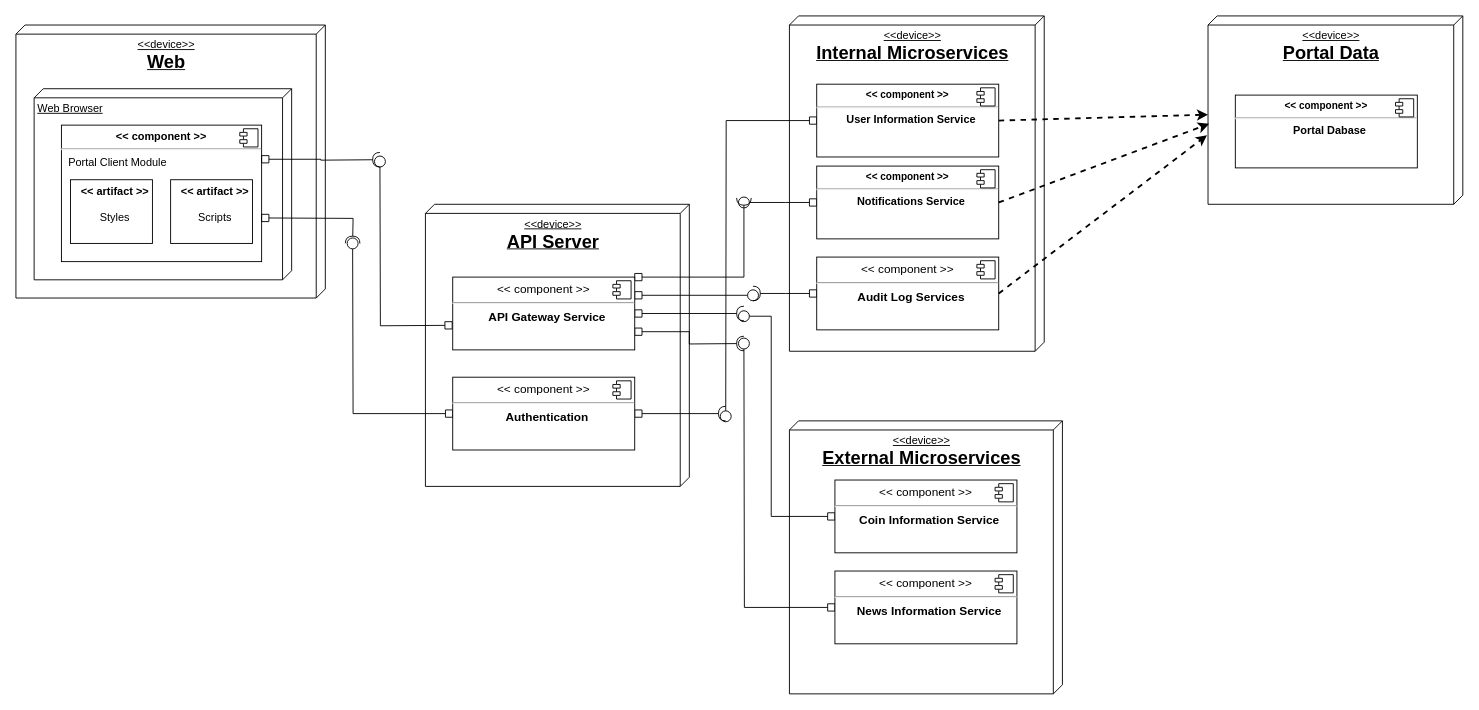
Earlier version of the draw.io diagram page "Page-1" (1 of 2) of Deployment Diagram.drawio (bgabrielma/ES_Project). Source tidied: cells renumbered, new cells numbered last; positions are measured from the earlier drawing's top-left corner, leaving out a move shared by most shapes. Both pictures are drawn from the tidied source at 91%, with x=0, y=0 at pixel (15, 15).
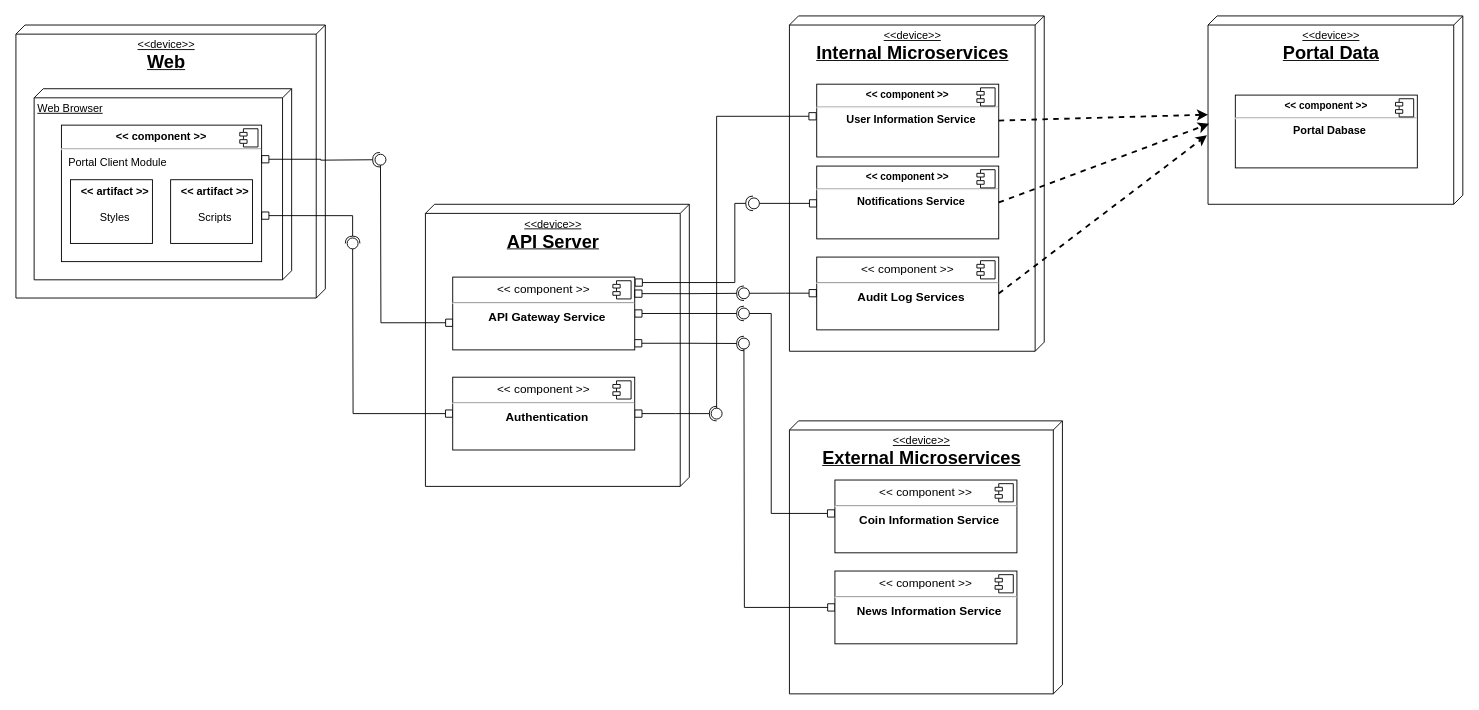
The same page after the edit.

Unchanged cells that the change refers to:
```xml
<mxCell id="4" value="&lt;p style=&quot;margin:0px;margin-top:6px;text-align:center;&quot;&gt;&lt;b&gt;&amp;lt;&amp;lt; component &amp;gt;&amp;gt;&lt;/b&gt;&lt;/p&gt;&lt;hr&gt;&lt;p style=&quot;margin:0px;margin-left:8px;&quot;&gt;Portal Client Module&lt;/p&gt;" style="align=left;overflow=fill;html=1;" parent="1" vertex="1">
  <mxGeometry x="50" y="120" width="220" height="150" as="geometry" />
</mxCell>
<mxCell id="11" value="&lt;p style=&quot;margin: 6px 0px 0px; font-size: 13px;&quot;&gt;&lt;span style=&quot;font-size: 13px;&quot;&gt;&lt;font style=&quot;font-size: 13px;&quot;&gt;&amp;lt;&amp;lt; component &amp;gt;&amp;gt;&lt;/font&gt;&lt;/span&gt;&lt;/p&gt;&lt;hr style=&quot;font-size: 13px;&quot;&gt;&lt;p style=&quot;margin: 0px 0px 0px 8px; font-size: 13px;&quot;&gt;&lt;b&gt;Coin Information Service&lt;/b&gt;&lt;/p&gt;" style="align=center;overflow=fill;html=1;fontStyle=0;fontSize=13;" parent="1" vertex="1">
  <mxGeometry x="900" y="510" width="200" height="80" as="geometry" />
</mxCell>
<mxCell id="18" value="&lt;p style=&quot;margin: 6px 0px 0px; text-align: center; font-size: 11px;&quot;&gt;&lt;b style=&quot;&quot;&gt;&lt;font style=&quot;font-size: 11px;&quot;&gt;&amp;lt;&amp;lt; component &amp;gt;&amp;gt;&lt;/font&gt;&lt;/b&gt;&lt;/p&gt;&lt;hr style=&quot;font-size: 11px;&quot;&gt;&lt;p style=&quot;text-align: center; margin: 0px 0px 0px 8px;&quot;&gt;&lt;b&gt;User Information Service&lt;/b&gt;&lt;/p&gt;" style="align=left;overflow=fill;html=1;" parent="1" vertex="1">
  <mxGeometry x="880" y="75" width="200" height="80" as="geometry" />
</mxCell>
<mxCell id="21" value="&lt;p style=&quot;margin: 6px 0px 0px; text-align: center; font-size: 11px;&quot;&gt;&lt;b style=&quot;&quot;&gt;&lt;font style=&quot;font-size: 11px;&quot;&gt;&amp;lt;&amp;lt; component &amp;gt;&amp;gt;&lt;/font&gt;&lt;/b&gt;&lt;/p&gt;&lt;hr style=&quot;font-size: 11px;&quot;&gt;&lt;p style=&quot;text-align: center; margin: 0px 0px 0px 8px;&quot;&gt;&lt;b&gt;Notifications Service&lt;/b&gt;&lt;/p&gt;" style="align=left;overflow=fill;html=1;" parent="1" vertex="1">
  <mxGeometry x="880" y="165" width="200" height="80" as="geometry" />
</mxCell>
<mxCell id="25" value="&lt;p style=&quot;margin: 6px 0px 0px; font-size: 13px;&quot;&gt;&lt;span style=&quot;font-size: 13px;&quot;&gt;&lt;font style=&quot;font-size: 13px;&quot;&gt;&amp;lt;&amp;lt; component &amp;gt;&amp;gt;&lt;/font&gt;&lt;/span&gt;&lt;/p&gt;&lt;hr style=&quot;font-size: 13px;&quot;&gt;&lt;p style=&quot;margin: 0px 0px 0px 8px; font-size: 13px;&quot;&gt;&lt;b&gt;Authentication&lt;/b&gt;&lt;/p&gt;" style="align=center;overflow=fill;html=1;fontStyle=0;fontSize=13;" parent="1" vertex="1">
  <mxGeometry x="480" y="397" width="200" height="80" as="geometry" />
</mxCell>
<mxCell id="28" value="&lt;p style=&quot;margin: 6px 0px 0px; font-size: 13px;&quot;&gt;&lt;span style=&quot;font-size: 13px;&quot;&gt;&lt;font style=&quot;font-size: 13px;&quot;&gt;&amp;lt;&amp;lt; component &amp;gt;&amp;gt;&lt;/font&gt;&lt;/span&gt;&lt;/p&gt;&lt;hr style=&quot;font-size: 13px;&quot;&gt;&lt;p style=&quot;margin: 0px 0px 0px 8px; font-size: 13px;&quot;&gt;&lt;b&gt;Audit Log Services&lt;/b&gt;&lt;/p&gt;" style="align=center;overflow=fill;html=1;fontStyle=0;fontSize=13;" parent="1" vertex="1">
  <mxGeometry x="880" y="265" width="200" height="80" as="geometry" />
</mxCell>
<mxCell id="35" value="&lt;p style=&quot;margin: 6px 0px 0px; font-size: 13px;&quot;&gt;&lt;span style=&quot;font-size: 13px;&quot;&gt;&lt;font style=&quot;font-size: 13px;&quot;&gt;&amp;lt;&amp;lt; component &amp;gt;&amp;gt;&lt;/font&gt;&lt;/span&gt;&lt;/p&gt;&lt;hr style=&quot;font-size: 13px;&quot;&gt;&lt;p style=&quot;margin: 0px 0px 0px 8px; font-size: 13px;&quot;&gt;&lt;b&gt;API Gateway Service&lt;/b&gt;&lt;/p&gt;" style="align=center;overflow=fill;html=1;fontStyle=0;fontSize=13;" parent="1" vertex="1">
  <mxGeometry x="480" y="287" width="200" height="80" as="geometry" />
</mxCell>
```

Diff of the diagram source:
```diff
@@
-    <mxCell id="10" style="edgeStyle=orthogonalEdgeStyle;rounded=0;jettySize=auto;html=1;startArrow=box;startFill=0;endArrow=oval;endFill=0;endSize=12;sourcePerimeterSpacing=20;targetPerimeterSpacing=20;exitX=0;exitY=0.5;exitDx=0;exitDy=0;" parent="1" edge="1" source="11">
+    <mxCell id="10" style="edgeStyle=orthogonalEdgeStyle;rounded=0;jettySize=auto;html=1;startArrow=box;startFill=0;endArrow=oval;endFill=0;endSize=12;sourcePerimeterSpacing=20;targetPerimeterSpacing=20;exitX=-0.001;exitY=0.459;exitDx=0;exitDy=0;exitPerimeter=0;" parent="1" edge="1" source="11">
       <mxGeometry relative="1" as="geometry">
-        <mxPoint x="800" y="330" as="targetPoint" />
+        <mxPoint x="800" y="327" as="targetPoint" />
         <Array as="points">
-          <mxPoint x="830" y="550" />
-          <mxPoint x="830" y="330" />
+          <mxPoint x="830" y="547" />
+          <mxPoint x="830" y="327" />
         </Array>
       </mxGeometry>
     </mxCell>
@@
-    <mxCell id="17" style="edgeStyle=orthogonalEdgeStyle;rounded=0;jettySize=auto;html=1;endArrow=oval;endFill=0;targetPerimeterSpacing=20;sourcePerimeterSpacing=20;endSize=12;exitX=0;exitY=0.5;exitDx=0;exitDy=0;startArrow=box;startFill=0;" parent="1" edge="1" source="18">
+    <mxCell id="17" style="edgeStyle=orthogonalEdgeStyle;rounded=0;jettySize=auto;html=1;endArrow=oval;endFill=0;targetPerimeterSpacing=20;sourcePerimeterSpacing=20;endSize=12;exitX=-0.003;exitY=0.441;exitDx=0;exitDy=0;startArrow=box;startFill=0;exitPerimeter=0;" parent="1" edge="1" source="18">
       <mxGeometry relative="1" as="geometry">
-        <mxPoint x="780" y="440" as="targetPoint" />
+        <mxPoint x="770" y="437" as="targetPoint" />
+        <Array as="points">
+          <mxPoint x="770" y="110" />
+        </Array>
       </mxGeometry>
     </mxCell>
@@
-    <mxCell id="20" style="edgeStyle=orthogonalEdgeStyle;rounded=0;jettySize=auto;html=1;startArrow=box;startFill=0;endArrow=oval;endFill=0;endSize=12;sourcePerimeterSpacing=20;targetPerimeterSpacing=20;exitX=0;exitY=0.5;exitDx=0;exitDy=0;" parent="1" edge="1" source="21">
+    <mxCell id="20" style="edgeStyle=orthogonalEdgeStyle;rounded=0;jettySize=auto;html=1;startArrow=box;startFill=0;endArrow=oval;endFill=0;endSize=12;sourcePerimeterSpacing=20;targetPerimeterSpacing=20;exitX=0;exitY=0.512;exitDx=0;exitDy=0;exitPerimeter=0;" parent="1" edge="1" source="21">
       <mxGeometry relative="1" as="geometry">
-        <mxPoint x="800" y="205" as="targetPoint" />
+        <mxPoint x="811" y="206" as="targetPoint" />
+        <Array as="points">
+          <mxPoint x="811" y="206" />
+        </Array>
       </mxGeometry>
     </mxCell>
@@
-    <mxCell id="23" style="edgeStyle=orthogonalEdgeStyle;rounded=0;jettySize=auto;html=1;endArrow=halfCircle;endFill=0;startArrow=box;startFill=0;" parent="1" edge="1" source="25">
+    <mxCell id="23" style="edgeStyle=orthogonalEdgeStyle;rounded=0;jettySize=auto;html=1;endArrow=halfCircle;endFill=0;startArrow=box;startFill=0;exitX=1;exitY=0.5;exitDx=0;exitDy=0;" parent="1" edge="1" source="25">
       <mxGeometry relative="1" as="geometry">
-        <mxPoint x="780" y="437" as="targetPoint" />
+        <mxPoint x="770" y="437" as="targetPoint" />
       </mxGeometry>
     </mxCell>
@@
-    <mxCell id="27" style="edgeStyle=orthogonalEdgeStyle;rounded=0;jettySize=auto;html=1;startArrow=box;startFill=0;endArrow=halfCircle;endFill=0;endSize=6;sourcePerimeterSpacing=20;targetPerimeterSpacing=20;exitX=0;exitY=0.5;exitDx=0;exitDy=0;" parent="1" edge="1" source="28">
-      <mxGeometry relative="1" as="geometry">
-        <mxPoint x="810" y="305" as="targetPoint" />
-      </mxGeometry>
-    </mxCell>
@@
-    <mxCell id="30" style="edgeStyle=orthogonalEdgeStyle;rounded=0;orthogonalLoop=1;jettySize=auto;html=1;startArrow=box;startFill=0;endArrow=oval;endFill=0;endSize=12;sourcePerimeterSpacing=20;targetPerimeterSpacing=20;exitX=-0.003;exitY=0.662;exitDx=0;exitDy=0;exitPerimeter=0;" parent="1" edge="1">
+    <mxCell id="30" style="edgeStyle=orthogonalEdgeStyle;rounded=0;jettySize=auto;html=1;startArrow=box;startFill=0;endArrow=oval;endFill=0;endSize=12;sourcePerimeterSpacing=20;targetPerimeterSpacing=20;exitX=0.001;exitY=0.627;exitDx=0;exitDy=0;exitPerimeter=0;" parent="1" edge="1" source="35">
       <mxGeometry relative="1" as="geometry">
-        <mxPoint x="479.4" y="340" as="sourcePoint" />
-        <mxPoint x="400" y="160" as="targetPoint" />
+        <mxPoint x="400.6" y="158" as="targetPoint" />
       </mxGeometry>
     </mxCell>
@@
-    <mxCell id="32" style="edgeStyle=orthogonalEdgeStyle;rounded=0;jettySize=auto;html=1;startArrow=box;startFill=0;endArrow=halfCircle;endFill=0;endSize=6;sourcePerimeterSpacing=20;targetPerimeterSpacing=20;exitX=1;exitY=0.75;exitDx=0;exitDy=0;" parent="1" edge="1" source="35">
+    <mxCell id="32" style="edgeStyle=orthogonalEdgeStyle;rounded=0;jettySize=auto;html=1;startArrow=box;startFill=0;endArrow=halfCircle;endFill=0;endSize=6;sourcePerimeterSpacing=20;targetPerimeterSpacing=20;exitX=0.999;exitY=0.909;exitDx=0;exitDy=0;exitPerimeter=0;" parent="1" edge="1" source="35">
       <mxGeometry relative="1" as="geometry">
         <mxPoint x="800" y="360" as="targetPoint" />
       </mxGeometry>
     </mxCell>
-    <mxCell id="33" style="edgeStyle=orthogonalEdgeStyle;rounded=0;jettySize=auto;html=1;startArrow=box;startFill=0;endArrow=oval;endFill=0;endSize=12;sourcePerimeterSpacing=20;targetPerimeterSpacing=20;exitX=1;exitY=0.25;exitDx=0;exitDy=0;" parent="1" edge="1" source="35">
-      <mxGeometry relative="1" as="geometry">
-        <mxPoint x="810" y="307" as="targetPoint" />
-      </mxGeometry>
-    </mxCell>
-    <mxCell id="34" style="edgeStyle=orthogonalEdgeStyle;rounded=0;jettySize=auto;html=1;startArrow=box;startFill=0;endArrow=halfCircle;endFill=0;endSize=6;sourcePerimeterSpacing=20;targetPerimeterSpacing=20;exitX=1;exitY=0;exitDx=0;exitDy=0;" parent="1" edge="1" source="35">
+    <mxCell id="34" style="edgeStyle=orthogonalEdgeStyle;rounded=0;jettySize=auto;html=1;startArrow=box;startFill=0;endArrow=halfCircle;endFill=0;endSize=6;sourcePerimeterSpacing=20;targetPerimeterSpacing=20;exitX=1.002;exitY=0.075;exitDx=0;exitDy=0;exitPerimeter=0;" parent="1" edge="1" source="35">
       <mxGeometry relative="1" as="geometry">
-        <mxPoint x="800" y="200" as="targetPoint" />
+        <mxPoint x="810" y="206" as="targetPoint" />
         <Array as="points">
-          <mxPoint x="800" y="287" />
+          <mxPoint x="790" y="293" />
+          <mxPoint x="790" y="206" />
         </Array>
       </mxGeometry>
     </mxCell>
@@
-    <mxCell id="43" style="edgeStyle=orthogonalEdgeStyle;rounded=0;orthogonalLoop=1;jettySize=auto;html=1;startArrow=box;startFill=0;endArrow=halfCircle;endFill=0;endSize=6;sourcePerimeterSpacing=20;targetPerimeterSpacing=20;" parent="1" edge="1">
+    <mxCell id="43" style="edgeStyle=orthogonalEdgeStyle;rounded=0;jettySize=auto;html=1;startArrow=box;startFill=0;endArrow=halfCircle;endFill=0;endSize=6;sourcePerimeterSpacing=20;targetPerimeterSpacing=20;exitX=1;exitY=0.663;exitDx=0;exitDy=0;exitPerimeter=0;" parent="1" edge="1" source="4">
       <mxGeometry relative="1" as="geometry">
-        <mxPoint x="270" y="222" as="sourcePoint" />
         <mxPoint x="370" y="250" as="targetPoint" />
+        <Array as="points">
+          <mxPoint x="370" y="219" />
+        </Array>
       </mxGeometry>
     </mxCell>
@@
+    <mxCell id="45" style="edgeStyle=orthogonalEdgeStyle;rounded=0;jettySize=auto;html=1;startArrow=box;startFill=0;endArrow=halfCircle;endFill=0;endSize=6;sourcePerimeterSpacing=20;targetPerimeterSpacing=20;exitX=1;exitY=0.227;exitDx=0;exitDy=0;exitPerimeter=0;" parent="1" edge="1" source="35">
+      <mxGeometry relative="1" as="geometry">
+        <mxPoint x="800" y="304.8" as="targetPoint" />
+      </mxGeometry>
+    </mxCell>
+    <mxCell id="46" style="edgeStyle=orthogonalEdgeStyle;rounded=0;jettySize=auto;html=1;startArrow=box;startFill=0;endArrow=oval;endFill=0;endSize=12;sourcePerimeterSpacing=20;targetPerimeterSpacing=20;exitX=-0.002;exitY=0.496;exitDx=0;exitDy=0;exitPerimeter=0;" parent="1" edge="1" source="28">
+      <mxGeometry relative="1" as="geometry">
+        <mxPoint x="800" y="304.8" as="targetPoint" />
+      </mxGeometry>
+    </mxCell>
```
